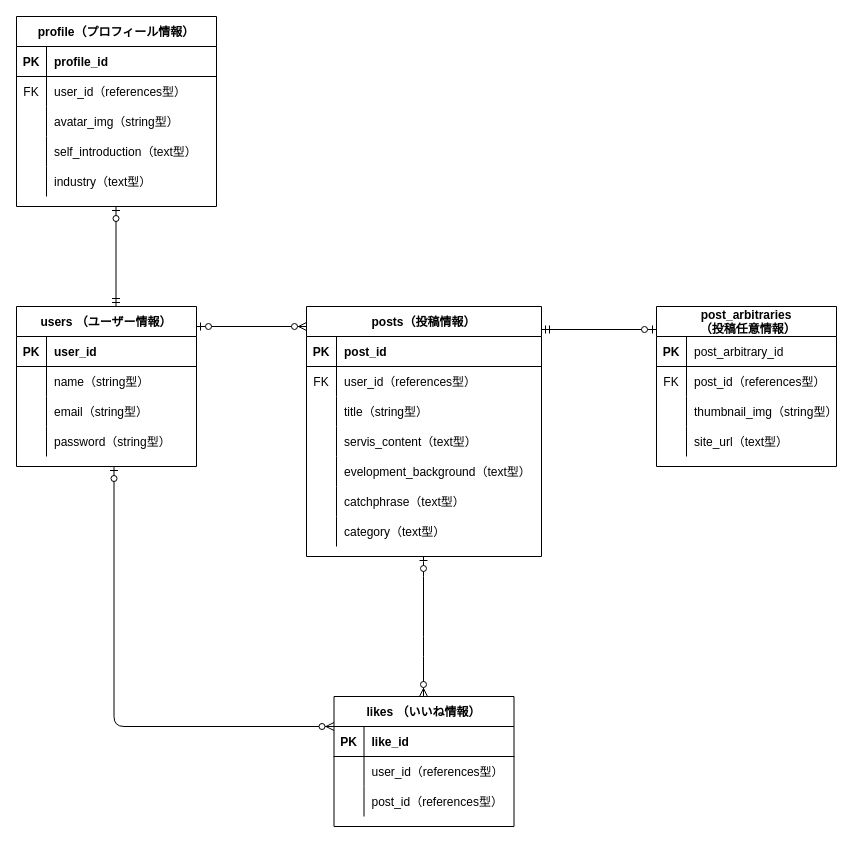
The draw.io diagram src/ER.dio in kuma-24/portfolios-museum, before the edit. Source tidied: cells renumbered, new cells numbered last; positions are measured from the earlier drawing's top-left corner, leaving out a move shared by most shapes. Both pictures are drawn from the tidied source at 100%, with x=0, y=0 at pixel (16, 16).
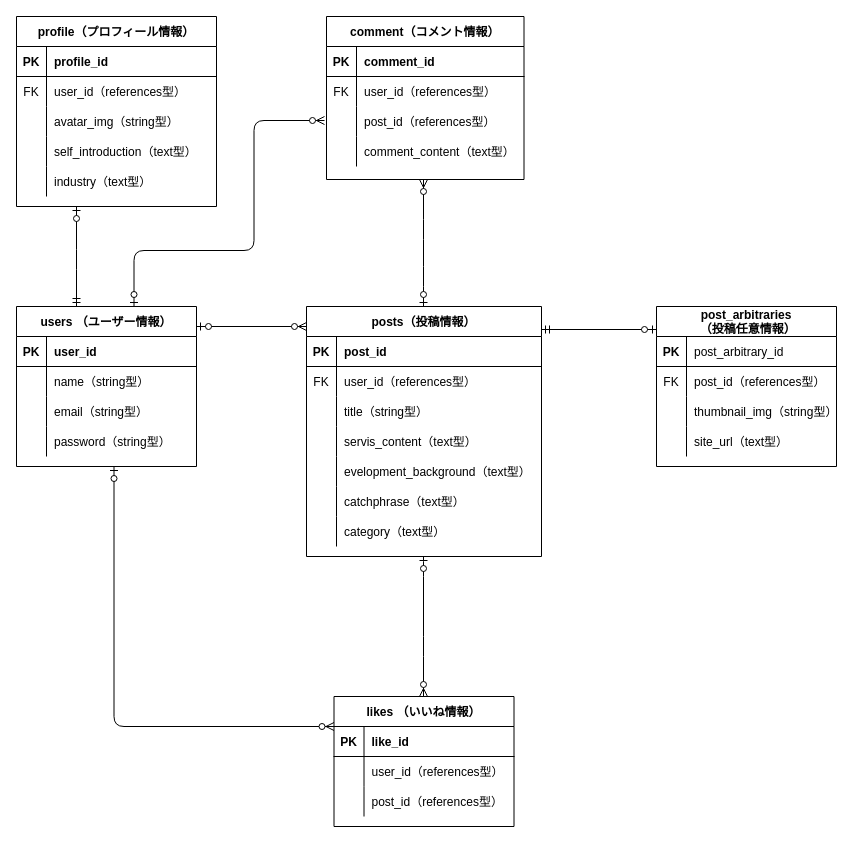
The same page after the edit.

The edit, as a diff of the source:
```diff
@@
     <mxCell id="54" style="fontSize=12;html=1;endArrow=ERzeroToOne;startArrow=ERmandOne;" parent="1" edge="1">
       <mxGeometry relative="1" as="geometry">
-        <mxPoint x="99.5" y="290" as="sourcePoint" />
-        <mxPoint x="99.5" y="190" as="targetPoint" />
+        <mxPoint x="60" y="290" as="sourcePoint" />
+        <mxPoint x="60" y="190" as="targetPoint" />
+        <Array as="points">
+          <mxPoint x="60" y="243" />
+        </Array>
       </mxGeometry>
     </mxCell>
@@
+    <mxCell id="81" value="comment（コメント情報）" style="shape=table;startSize=30;childLayout=tableLayout;rowLines=0;fontStyle=1;align=center;" parent="1" vertex="1">
+      <mxGeometry x="310" width="197.5" height="163" as="geometry" />
+    </mxCell>
+    <mxCell id="82" style="shape=partialRectangle;fillColor=none;top=0;left=0;bottom=1;right=0;" parent="81" vertex="1">
+      <mxGeometry y="30" width="197.5" height="30" as="geometry" />
+    </mxCell>
+    <mxCell id="83" value="PK" style="shape=partialRectangle;fillColor=none;top=0;left=0;bottom=0;right=0;fontStyle=1;overflow=hidden;" parent="82" vertex="1">
+      <mxGeometry width="30" height="30" as="geometry" />
+    </mxCell>
+    <mxCell id="84" value="comment_id" style="shape=partialRectangle;fillColor=none;top=0;left=0;bottom=0;right=0;align=left;spacingLeft=6;fontStyle=1;overflow=hidden;" parent="82" vertex="1">
+      <mxGeometry x="30" width="167.5" height="30" as="geometry" />
+    </mxCell>
+    <mxCell id="85" style="shape=partialRectangle;fillColor=none;top=0;left=0;bottom=0;right=0;" parent="81" vertex="1">
+      <mxGeometry y="60" width="197.5" height="30" as="geometry" />
+    </mxCell>
+    <mxCell id="86" value="FK" style="shape=partialRectangle;fillColor=none;top=0;left=0;bottom=0;right=0;overflow=hidden;" parent="85" vertex="1">
+      <mxGeometry width="30" height="30" as="geometry" />
+    </mxCell>
+    <mxCell id="87" value="user_id（references型）" style="shape=partialRectangle;fillColor=none;top=0;left=0;bottom=0;right=0;align=left;spacingLeft=6;overflow=hidden;" parent="85" vertex="1">
+      <mxGeometry x="30" width="167.5" height="30" as="geometry" />
+    </mxCell>
+    <mxCell id="88" style="shape=partialRectangle;fillColor=none;top=0;left=0;bottom=0;right=0;" parent="81" vertex="1">
+      <mxGeometry y="90" width="197.5" height="30" as="geometry" />
+    </mxCell>
+    <mxCell id="89" style="shape=partialRectangle;fillColor=none;top=0;left=0;bottom=0;right=0;overflow=hidden;" parent="88" vertex="1">
+      <mxGeometry width="30" height="30" as="geometry" />
+    </mxCell>
+    <mxCell id="90" value="post_id（references型）" style="shape=partialRectangle;fillColor=none;top=0;left=0;bottom=0;right=0;align=left;spacingLeft=6;overflow=hidden;" parent="88" vertex="1">
+      <mxGeometry x="30" width="167.5" height="30" as="geometry" />
+    </mxCell>
+    <mxCell id="91" style="shape=partialRectangle;fillColor=none;top=0;left=0;bottom=0;right=0;" parent="81" vertex="1">
+      <mxGeometry y="120" width="197.5" height="30" as="geometry" />
+    </mxCell>
+    <mxCell id="92" style="shape=partialRectangle;fillColor=none;top=0;left=0;bottom=0;right=0;overflow=hidden;" parent="91" vertex="1">
+      <mxGeometry width="30" height="30" as="geometry" />
+    </mxCell>
+    <mxCell id="93" value="comment_content（text型）" style="shape=partialRectangle;fillColor=none;top=0;left=0;bottom=0;right=0;align=left;spacingLeft=6;overflow=hidden;" parent="91" vertex="1">
+      <mxGeometry x="30" width="167.5" height="30" as="geometry" />
+    </mxCell>
+    <mxCell id="94" style="fontSize=12;html=1;endArrow=ERzeroToMany;startArrow=ERzeroToOne;" parent="1" edge="1">
+      <mxGeometry relative="1" as="geometry">
+        <mxPoint x="117.5" y="290" as="sourcePoint" />
+        <mxPoint x="308" y="104" as="targetPoint" />
+        <Array as="points">
+          <mxPoint x="117.5" y="234" />
+          <mxPoint x="237.5" y="234" />
+          <mxPoint x="237.5" y="104" />
+        </Array>
+      </mxGeometry>
+    </mxCell>
+    <mxCell id="95" style="fontSize=12;html=1;endArrow=ERzeroToMany;startArrow=ERzeroToOne;" parent="1" edge="1">
+      <mxGeometry relative="1" as="geometry">
+        <mxPoint x="407" y="290" as="sourcePoint" />
+        <mxPoint x="407" y="163" as="targetPoint" />
+        <Array as="points">
+          <mxPoint x="407" y="260" />
+          <mxPoint x="407" y="213" />
+        </Array>
+      </mxGeometry>
+    </mxCell>
```
